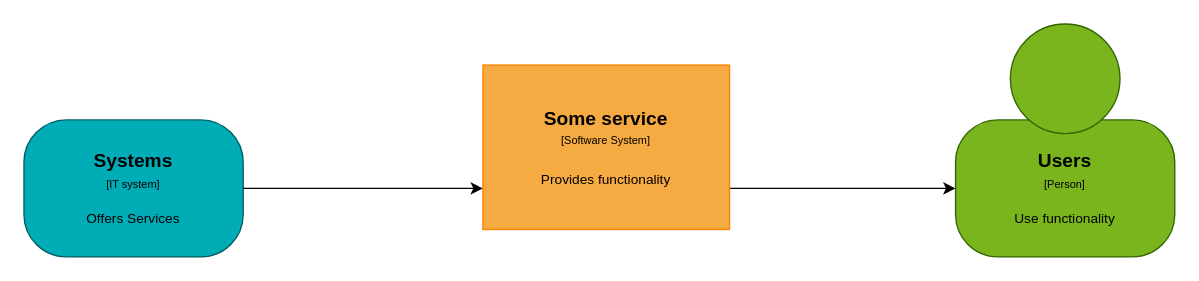
Before: page "Domain - Systems & Users" (1 of 3) of doc/architecture/images/concepts.drawio in univention/univention-corporate-server, a draw.io diagram. Source tidied: cells renumbered, new cells numbered last; positions are measured from the earlier drawing's top-left corner, leaving out a move shared by most shapes. Both pictures are drawn from the tidied source at 137%, with x=0, y=0 at pixel (23, 23).
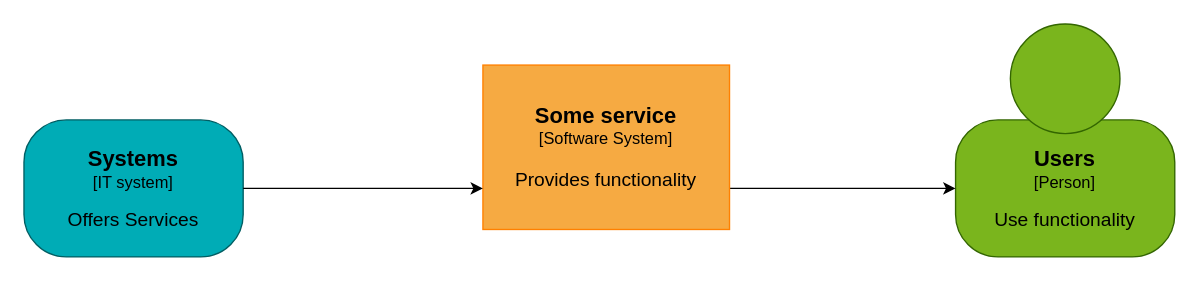
The same page after the edit.

What changed in the source:
```diff
@@
 <mxGraphModel>
   <root>
     <mxCell id="0" />
     <mxCell id="1" parent="0" />
     <mxCell id="2" style="group;" parent="1" vertex="1">
       <mxGeometry x="680" width="160" height="170" as="geometry" />
     </mxCell>
-    <mxCell id="3" value="&lt;div style=&quot;white-space: normal;&quot;&gt;&lt;span style=&quot;font-size: 14px&quot;&gt;&lt;b&gt;Users&lt;/b&gt;&lt;/span&gt;&lt;/div&gt;&lt;div style=&quot;white-space: normal;&quot;&gt;&lt;font style=&quot;font-size: 8px&quot;&gt;[Person]&lt;/font&gt;&lt;/div&gt;&lt;div style=&quot;white-space: normal; font-size: 8px;&quot;&gt;&lt;span style=&quot;font-size: x-small&quot;&gt;&lt;br&gt;&lt;/span&gt;&lt;/div&gt;&lt;div style=&quot;white-space: normal;&quot;&gt;&lt;font size=&quot;1&quot;&gt;Use functionality&lt;/font&gt;&lt;/div&gt;" style="rounded=1;whiteSpace=wrap;html=1;strokeColor=#336600;fillColor=#7AB51D;fontColor=#000000;arcSize=31;" parent="2" vertex="1">
+    <mxCell id="3" value="&lt;div style=&quot;white-space: normal&quot;&gt;&lt;b&gt;&lt;font style=&quot;font-size: 16px&quot;&gt;Users&lt;/font&gt;&lt;/b&gt;&lt;/div&gt;&lt;div style=&quot;white-space: normal&quot;&gt;&lt;font style=&quot;font-size: 12px&quot;&gt;[Person]&lt;/font&gt;&lt;/div&gt;&lt;div style=&quot;white-space: normal ; font-size: 8px&quot;&gt;&lt;span style=&quot;font-size: x-small&quot;&gt;&lt;br&gt;&lt;/span&gt;&lt;/div&gt;&lt;div style=&quot;white-space: normal&quot;&gt;&lt;font style=&quot;font-size: 14px&quot;&gt;Use functionality&lt;/font&gt;&lt;/div&gt;" style="rounded=1;whiteSpace=wrap;html=1;strokeColor=#336600;fillColor=#7AB51D;fontColor=#000000;arcSize=31;" parent="2" vertex="1">
       <mxGeometry y="70" width="160" height="100" as="geometry" />
     </mxCell>
     <mxCell id="4" style="ellipse;whiteSpace=wrap;html=1;strokeColor=#336600;fillColor=#7AB51D;fontColor=#000000;" parent="2" vertex="1">
       <mxGeometry x="40" width="80" height="80" as="geometry" />
     </mxCell>
     <mxCell id="5" style="group;fillColor=none;" parent="1" vertex="1">
       <mxGeometry width="160" height="170" as="geometry" />
     </mxCell>
-    <mxCell id="6" value="&lt;div style=&quot;white-space: normal;&quot;&gt;&lt;span style=&quot;font-size: 14px&quot;&gt;&lt;b&gt;Systems&lt;/b&gt;&lt;/span&gt;&lt;/div&gt;&lt;div style=&quot;white-space: normal;&quot;&gt;&lt;font style=&quot;font-size: 8px&quot;&gt;[IT system]&lt;/font&gt;&lt;/div&gt;&lt;div style=&quot;white-space: normal; font-size: 8px;&quot;&gt;&lt;span style=&quot;font-size: x-small&quot;&gt;&lt;br&gt;&lt;/span&gt;&lt;/div&gt;&lt;div style=&quot;white-space: normal;&quot;&gt;&lt;font size=&quot;1&quot;&gt;Offers Services&lt;/font&gt;&lt;/div&gt;" style="rounded=1;whiteSpace=wrap;html=1;strokeColor=#005E63;fillColor=#00ACB6;fontColor=#000000;arcSize=31;" parent="5" vertex="1">
+    <mxCell id="6" value="&lt;div style=&quot;white-space: normal&quot;&gt;&lt;b&gt;&lt;font style=&quot;font-size: 16px&quot;&gt;Systems&lt;/font&gt;&lt;/b&gt;&lt;/div&gt;&lt;div style=&quot;white-space: normal&quot;&gt;&lt;font style=&quot;font-size: 12px&quot;&gt;[IT system]&lt;/font&gt;&lt;/div&gt;&lt;div style=&quot;white-space: normal ; font-size: 8px&quot;&gt;&lt;span style=&quot;font-size: x-small&quot;&gt;&lt;br&gt;&lt;/span&gt;&lt;/div&gt;&lt;div style=&quot;white-space: normal&quot;&gt;&lt;font style=&quot;font-size: 14px&quot;&gt;Offers Services&lt;/font&gt;&lt;/div&gt;" style="rounded=1;whiteSpace=wrap;html=1;strokeColor=#005E63;fillColor=#00ACB6;fontColor=#000000;arcSize=31;" parent="5" vertex="1">
       <mxGeometry y="70" width="160" height="100" as="geometry" />
     </mxCell>
     <mxCell id="7" style="edgeStyle=orthogonalEdgeStyle;rounded=0;jettySize=auto;html=1;exitX=1;exitY=0.75;exitDx=0;exitDy=0;" parent="1" edge="1" source="8" target="3">
       <mxGeometry relative="1" as="geometry" />
     </mxCell>
-    <mxCell id="8" value="&lt;div&gt;&lt;span style=&quot;font-size: 14px&quot;&gt;&lt;b&gt;Some service&lt;/b&gt;&lt;/span&gt;&lt;/div&gt;&lt;div&gt;&lt;span style=&quot;font-size: 8px&quot;&gt;[Software System]&lt;/span&gt;&lt;/div&gt;&lt;div&gt;&lt;span style=&quot;font-size: 8px&quot;&gt;&lt;br&gt;&lt;/span&gt;&lt;/div&gt;&lt;div&gt;&lt;font size=&quot;1&quot;&gt;Provides functionality&lt;/font&gt;&lt;/div&gt;" style="rounded=0;whiteSpace=wrap;html=1;fillColor=#F6AA42;fontColor=#000000;strokeColor=#FF8000;" parent="1" vertex="1">
+    <mxCell id="8" value="&lt;div&gt;&lt;b&gt;&lt;font style=&quot;font-size: 16px&quot;&gt;Some service&lt;/font&gt;&lt;/b&gt;&lt;/div&gt;&lt;div&gt;&lt;font style=&quot;font-size: 12px&quot;&gt;[Software System]&lt;/font&gt;&lt;/div&gt;&lt;div&gt;&lt;span style=&quot;font-size: 8px&quot;&gt;&lt;br&gt;&lt;/span&gt;&lt;/div&gt;&lt;div&gt;&lt;font&gt;&lt;font style=&quot;font-size: 14px&quot;&gt;Provides functionality&lt;/font&gt;&lt;/font&gt;&lt;/div&gt;" style="rounded=0;whiteSpace=wrap;html=1;fillColor=#F6AA42;fontColor=#000000;strokeColor=#FF8000;" parent="1" vertex="1">
       <mxGeometry x="335" y="30" width="180" height="120" as="geometry" />
     </mxCell>
     <mxCell id="9" style="edgeStyle=orthogonalEdgeStyle;rounded=0;jettySize=auto;html=1;entryX=0;entryY=0.75;entryDx=0;entryDy=0;" parent="1" edge="1" source="6" target="8">
       <mxGeometry relative="1" as="geometry" />
     </mxCell>
   </root>
 </mxGraphModel>
```
